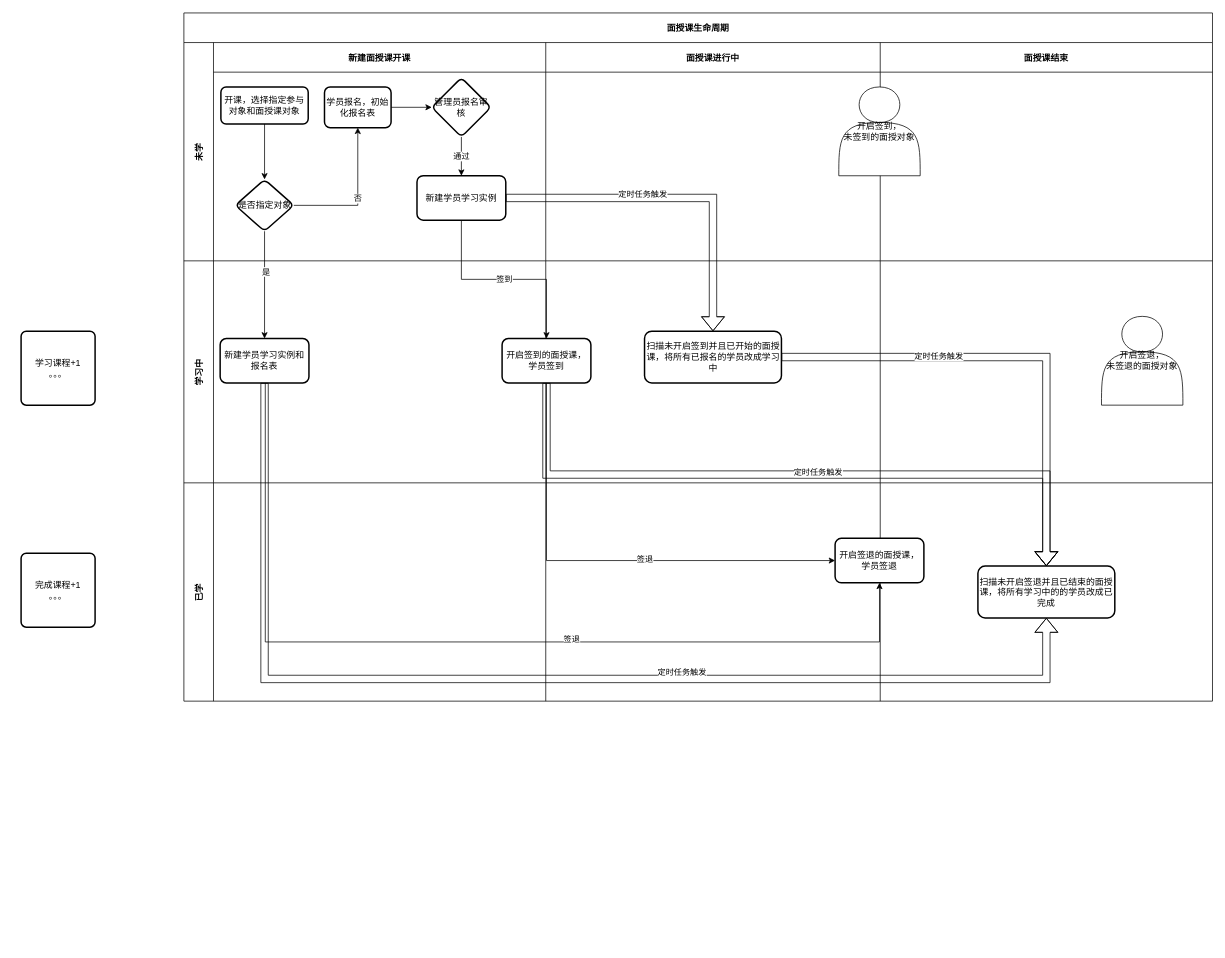
Before: 面授课生命周期.drawio in a798967811/flow_pic, a draw.io diagram. Source tidied: cells renumbered, new cells numbered last; positions are measured from the earlier drawing's top-left corner, leaving out a move shared by most shapes. Both pictures are drawn from the tidied source at 74%, with x=0, y=0 at pixel (21, 13).
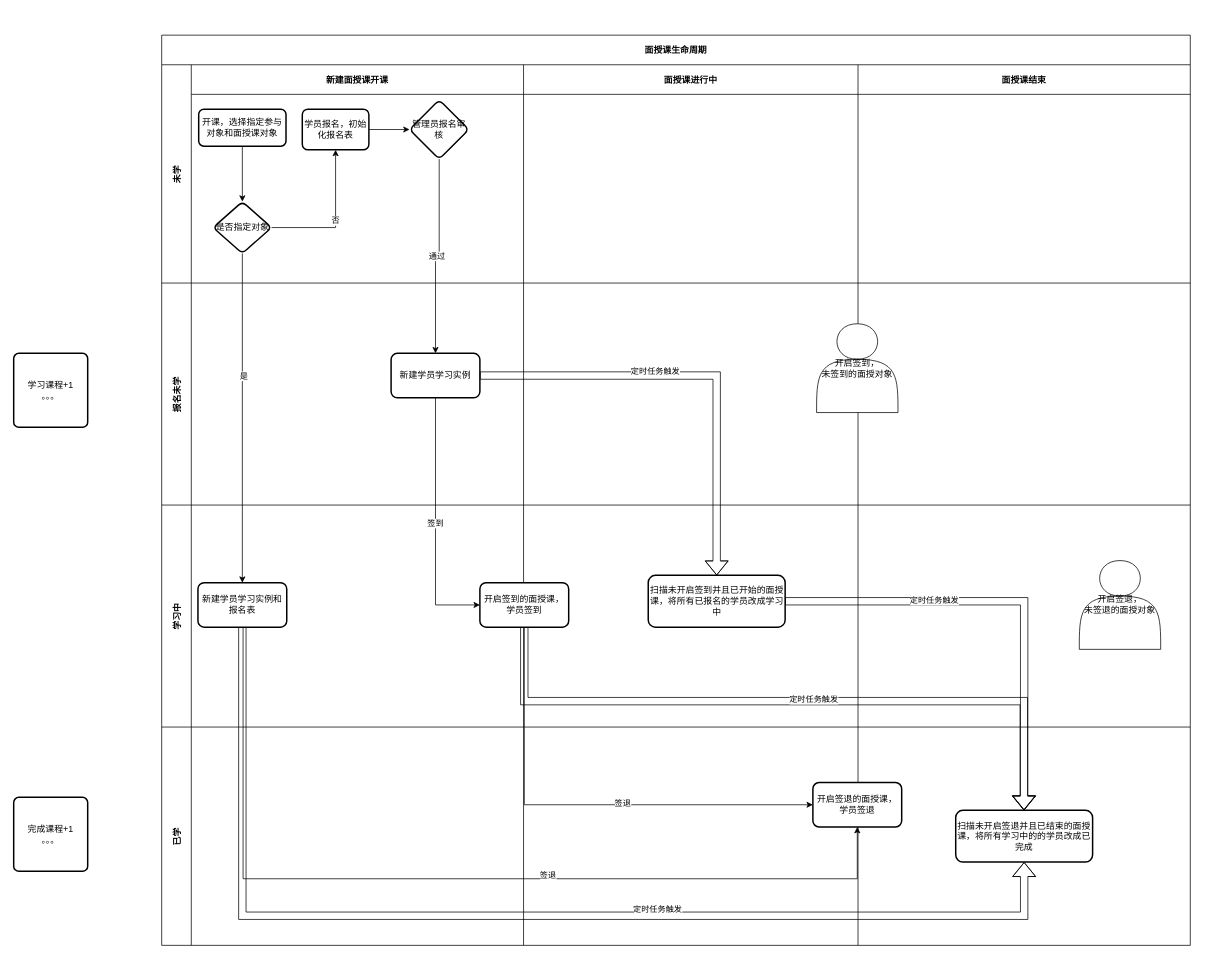
After the change.

Commit message:
更新面授课生命周期.drawio

Unchanged cells that the change refers to:
```xml
<mxCell id="4" value="新建面授课开课" style="swimlane;swimlaneHead=0;swimlaneBody=0;fontStyle=0;fillColor=none;startSize=40;fontStyle=1;" parent="3" vertex="1">
  <mxGeometry x="40" width="449" height="295" as="geometry" />
</mxCell>
<mxCell id="12" value="管理员报名审核" style="rhombus;whiteSpace=wrap;html=1;rounded=1;arcSize=14;strokeWidth=2;" parent="4" vertex="1">
  <mxGeometry x="295" y="47.5" width="80" height="80" as="geometry" />
</mxCell>
<mxCell id="15" value="面授课结束" style="swimlane;swimlaneHead=0;swimlaneBody=0;fontStyle=0;fillColor=none;startSize=40;fontStyle=1;" parent="3" vertex="1">
  <mxGeometry x="941" width="449" height="295" as="geometry" />
</mxCell>
<mxCell id="19" value="新建学员学习实例和报名表" style="rounded=1;whiteSpace=wrap;html=1;arcSize=14;strokeWidth=2;" parent="18" vertex="1">
  <mxGeometry x="9" y="105" width="120" height="60" as="geometry" />
</mxCell>
<mxCell id="20" value="开启签到的面授课，学员签到" style="whiteSpace=wrap;html=1;rounded=1;arcSize=14;strokeWidth=2;" parent="18" vertex="1">
  <mxGeometry x="390" y="105" width="120" height="60" as="geometry" />
</mxCell>
<mxCell id="21" style="swimlane;swimlaneHead=0;swimlaneBody=0;fontStyle=0;fillColor=none;startSize=0;fontStyle=1;" parent="17" vertex="1">
  <mxGeometry x="489" width="452" height="300" as="geometry" />
</mxCell>
<mxCell id="27" value="开启签退的面授课，学员签退" style="rounded=1;whiteSpace=wrap;html=1;arcSize=14;strokeWidth=2;" parent="26" vertex="1">
  <mxGeometry x="391" y="75" width="120" height="60" as="geometry" />
</mxCell>
<mxCell id="29" value="扫描未开启签退并且已结束的面授课，将所有学习中的的学员改成已完成" style="whiteSpace=wrap;html=1;rounded=1;arcSize=14;strokeWidth=2;" parent="28" vertex="1">
  <mxGeometry x="132" y="112.5" width="185" height="70" as="geometry" />
</mxCell>
```

The edit, as a diff of the source:
```diff
@@
     <mxCell id="2" value="面授课生命周期" style="shape=table;childLayout=tableLayout;startSize=40;fontStyle=1;" parent="1" vertex="1">
-      <mxGeometry x="220" width="1390" height="930" as="geometry" />
+      <mxGeometry x="190" y="30" width="1390" height="1230" as="geometry" />
     </mxCell>
@@
-    <mxCell id="11" value="通过" style="edgeStyle=orthogonalEdgeStyle;rounded=0;jettySize=auto;html=1;entryX=0.5;entryY=0;entryDx=0;entryDy=0;" parent="4" edge="1" source="12" target="13">
-      <mxGeometry relative="1" as="geometry" />
-    </mxCell>
@@
-    <mxCell id="13" value="新建学员学习实例" style="whiteSpace=wrap;html=1;rounded=1;arcSize=14;strokeWidth=2;" parent="4" vertex="1">
-      <mxGeometry x="275" y="180" width="120" height="60" as="geometry" />
-    </mxCell>
@@
-    <mxCell id="16" value="开启签到，&lt;br&gt;未签到的面授对象" style="shape=actor;whiteSpace=wrap;html=1;" parent="15" vertex="1">
-      <mxGeometry x="-56" y="60" width="110" height="120" as="geometry" />
-    </mxCell>
+    <mxCell id="49" value="报名未学" style="shape=tableRow;horizontal=0;startSize=40;swimlaneHead=0;swimlaneBody=0;top=0;left=0;bottom=0;right=0;fillColor=none;fontStyle=1;" parent="2" vertex="1">
+      <mxGeometry y="335" width="1390" height="300" as="geometry" />
+    </mxCell>
+    <mxCell id="50" style="swimlane;swimlaneHead=0;swimlaneBody=0;fontStyle=0;fillColor=none;startSize=0;fontStyle=1;" parent="49" vertex="1">
+      <mxGeometry x="40" width="449" height="300" as="geometry" />
+    </mxCell>
+    <mxCell id="13" value="新建学员学习实例" style="whiteSpace=wrap;html=1;rounded=1;arcSize=14;strokeWidth=2;" parent="50" vertex="1">
+      <mxGeometry x="270" y="95" width="120" height="60" as="geometry" />
+    </mxCell>
+    <mxCell id="51" style="swimlane;swimlaneHead=0;swimlaneBody=0;fontStyle=0;fillColor=none;startSize=0;fontStyle=1;" parent="49" vertex="1">
+      <mxGeometry x="489" width="452" height="300" as="geometry" />
+    </mxCell>
+    <mxCell id="52" style="swimlane;swimlaneHead=0;swimlaneBody=0;fontStyle=0;fillColor=none;startSize=0;fontStyle=1;" parent="49" vertex="1">
+      <mxGeometry x="941" width="449" height="300" as="geometry" />
+    </mxCell>
     <mxCell id="17" value="学习中" style="shape=tableRow;horizontal=0;startSize=40;swimlaneHead=0;swimlaneBody=0;top=0;left=0;bottom=0;right=0;fillColor=none;fontStyle=1;" parent="2" vertex="1">
-      <mxGeometry y="335" width="1390" height="300" as="geometry" />
+      <mxGeometry y="635" width="1390" height="300" as="geometry" />
     </mxCell>
@@
+    <mxCell id="42" value="扫描未开启签到并且已开始的面授课，将所有已报名的学员改成学习中" style="whiteSpace=wrap;html=1;rounded=1;arcSize=14;strokeWidth=2;" parent="21" vertex="1">
+      <mxGeometry x="168.5" y="95" width="185" height="70" as="geometry" />
+    </mxCell>
@@
     <mxCell id="24" value="已学" style="shape=tableRow;horizontal=0;startSize=40;swimlaneHead=0;swimlaneBody=0;top=0;left=0;bottom=0;right=0;fillColor=none;fontStyle=1;" parent="2" vertex="1">
-      <mxGeometry y="635" width="1390" height="295" as="geometry" />
+      <mxGeometry y="935" width="1390" height="295" as="geometry" />
     </mxCell>
@@
     <mxCell id="32" value="签到" style="edgeStyle=orthogonalEdgeStyle;rounded=0;jettySize=auto;html=1;" parent="2" edge="1" source="13" target="20">
-      <mxGeometry relative="1" as="geometry" />
+      <mxGeometry relative="1" as="geometry">
+        <Array as="points">
+          <mxPoint x="370" y="770" />
+        </Array>
+      </mxGeometry>
     </mxCell>
     <mxCell id="33" style="edgeStyle=orthogonalEdgeStyle;rounded=0;jettySize=auto;html=1;" parent="2" edge="1" source="19" target="27">
       <mxGeometry relative="1" as="geometry">
         <Array as="points">
-          <mxPoint x="110" y="850" />
+          <mxPoint x="110" y="1140" />
+          <mxPoint x="940" y="1140" />
         </Array>
       </mxGeometry>
     </mxCell>
@@
     <mxCell id="37" style="edgeStyle=orthogonalEdgeStyle;shape=flexArrow;rounded=0;jettySize=auto;html=1;exitX=0.5;exitY=1;exitDx=0;exitDy=0;" parent="2" edge="1" source="20" target="29">
-      <mxGeometry relative="1" as="geometry" />
+      <mxGeometry relative="1" as="geometry">
+        <Array as="points">
+          <mxPoint x="490" y="900" />
+          <mxPoint x="1165" y="900" />
+        </Array>
+      </mxGeometry>
     </mxCell>
@@
     <mxCell id="39" style="edgeStyle=orthogonalEdgeStyle;shape=flexArrow;rounded=0;jettySize=auto;html=1;exitX=0.5;exitY=1;exitDx=0;exitDy=0;entryX=0.5;entryY=1;entryDx=0;entryDy=0;" parent="2" edge="1" source="19" target="29">
       <mxGeometry relative="1" as="geometry">
         <Array as="points">
-          <mxPoint x="109" y="900" />
-          <mxPoint x="1166" y="900" />
+          <mxPoint x="109" y="1190" />
+          <mxPoint x="1165" y="1190" />
         </Array>
       </mxGeometry>
     </mxCell>
@@
-    <mxCell id="41" style="swimlane;swimlaneHead=0;swimlaneBody=0;fontStyle=0;fillColor=none;startSize=0;fontStyle=1;" parent="1" vertex="1">
-      <mxGeometry x="716" y="359" width="448" height="302" as="geometry" />
-    </mxCell>
-    <mxCell id="42" value="扫描未开启签到并且已开始的面授课，将所有已报名的学员改成学习中" style="whiteSpace=wrap;html=1;rounded=1;arcSize=14;strokeWidth=2;" parent="41" vertex="1">
-      <mxGeometry x="126.5" y="71" width="185" height="70" as="geometry" />
-    </mxCell>
+    <mxCell id="11" value="通过" style="edgeStyle=orthogonalEdgeStyle;rounded=0;jettySize=auto;html=1;entryX=0.5;entryY=0;entryDx=0;entryDy=0;" parent="2" edge="1" source="12" target="13">
+      <mxGeometry relative="1" as="geometry" />
+    </mxCell>
-    <mxCell id="43" style="edgeStyle=orthogonalEdgeStyle;shape=flexArrow;rounded=0;jettySize=auto;html=1;exitX=1;exitY=0.5;exitDx=0;exitDy=0;" parent="1" edge="1" source="42" target="29">
+    <mxCell id="43" style="edgeStyle=orthogonalEdgeStyle;shape=flexArrow;rounded=0;jettySize=auto;html=1;exitX=1;exitY=0.5;exitDx=0;exitDy=0;" parent="2" edge="1" source="42" target="29">
       <mxGeometry relative="1" as="geometry" />
     </mxCell>
@@
-    <mxCell id="45" style="edgeStyle=orthogonalEdgeStyle;shape=flexArrow;rounded=0;jettySize=auto;html=1;exitX=1;exitY=0.5;exitDx=0;exitDy=0;entryX=0.5;entryY=0;entryDx=0;entryDy=0;" parent="1" edge="1" source="13" target="42">
+    <mxCell id="45" style="edgeStyle=orthogonalEdgeStyle;shape=flexArrow;rounded=0;jettySize=auto;html=1;exitX=1;exitY=0.5;exitDx=0;exitDy=0;entryX=0.5;entryY=0;entryDx=0;entryDy=0;" parent="2" edge="1" source="13" target="42">
       <mxGeometry relative="1" as="geometry" />
     </mxCell>
@@
+    <mxCell id="41" style="swimlane;swimlaneHead=0;swimlaneBody=0;fontStyle=0;fillColor=none;startSize=0;fontStyle=1;" parent="1" vertex="1">
+      <mxGeometry x="716" y="359" width="448" height="302" as="geometry" />
+    </mxCell>
+    <mxCell id="16" value="开启签到，&lt;br&gt;未签到的面授对象" style="shape=actor;whiteSpace=wrap;html=1;" parent="41" vertex="1">
+      <mxGeometry x="359" y="61" width="110" height="120" as="geometry" />
+    </mxCell>
     <mxCell id="47" value="学习课程+1&lt;br&gt;。。。" style="rounded=1;whiteSpace=wrap;html=1;absoluteArcSize=1;arcSize=14;strokeWidth=2;" parent="1" vertex="1">
-      <mxGeometry y="430" width="100" height="100" as="geometry" />
+      <mxGeometry x="-10" y="460" width="100" height="100" as="geometry" />
     </mxCell>
     <mxCell id="48" value="完成课程+1&lt;br&gt;。。。" style="rounded=1;whiteSpace=wrap;html=1;absoluteArcSize=1;arcSize=14;strokeWidth=2;" parent="1" vertex="1">
-      <mxGeometry y="730" width="100" height="100" as="geometry" />
+      <mxGeometry x="-10" y="1060" width="100" height="100" as="geometry" />
     </mxCell>
```
